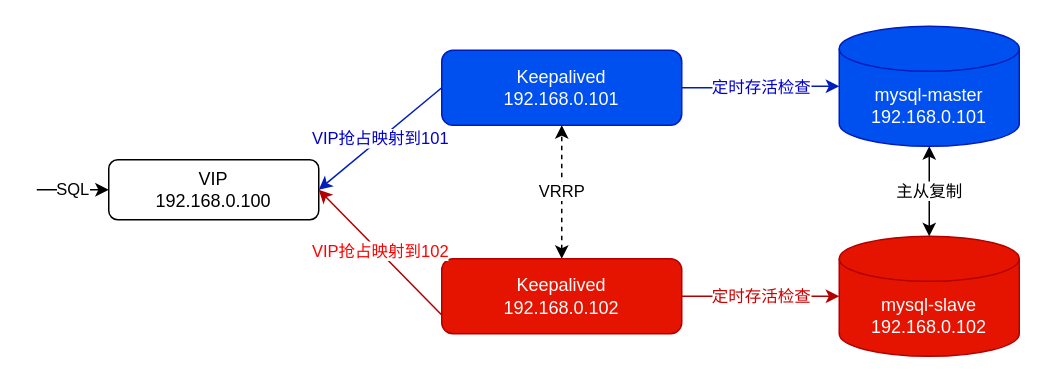
The draw.io diagram mysql-keepalived.drawio in linlin8/linlin8.github.io, before the edit. Source tidied: cells renumbered, new cells numbered last; positions are measured from the earlier drawing's top-left corner, leaving out a move shared by most shapes. Both pictures are drawn from the tidied source at 150%, with x=0, y=0 at pixel (36, 26).
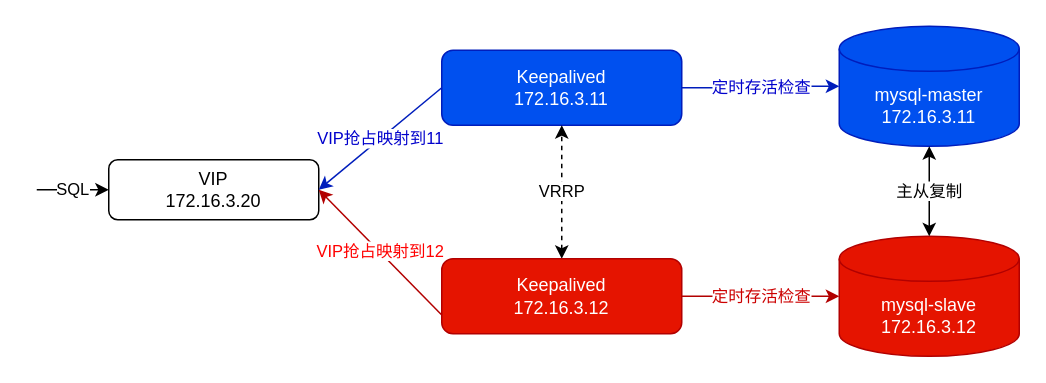
The same diagram, later.

What changed in the source:
```diff
@@
 <mxGraphModel>
   <root>
     <mxCell id="0" />
     <mxCell id="1" parent="0" />
-    <mxCell id="2" value="mysql-master&lt;br&gt;192.168.0.101" style="shape=cylinder3;whiteSpace=wrap;html=1;boundedLbl=1;backgroundOutline=1;size=15;fillColor=#0050ef;strokeColor=#001DBC;fontColor=#ffffff;" parent="1" vertex="1">
+    <mxCell id="2" value="mysql-master&lt;br&gt;172.16.3.11" style="shape=cylinder3;whiteSpace=wrap;html=1;boundedLbl=1;backgroundOutline=1;size=15;fillColor=#0050ef;strokeColor=#001DBC;fontColor=#ffffff;" parent="1" vertex="1">
       <mxGeometry x="535" width="120" height="80" as="geometry" />
     </mxCell>
-    <mxCell id="3" value="mysql-slave&lt;br&gt;192.168.0.102" style="shape=cylinder3;whiteSpace=wrap;html=1;boundedLbl=1;backgroundOutline=1;size=15;fillColor=#e51400;strokeColor=#B20000;fontColor=#ffffff;" parent="1" vertex="1">
+    <mxCell id="3" value="mysql-slave&lt;br&gt;172.16.3.12" style="shape=cylinder3;whiteSpace=wrap;html=1;boundedLbl=1;backgroundOutline=1;size=15;fillColor=#e51400;strokeColor=#B20000;fontColor=#ffffff;" parent="1" vertex="1">
       <mxGeometry x="535" y="140" width="120" height="80" as="geometry" />
     </mxCell>
     <mxCell id="4" value="定时存活检查" style="edgeStyle=orthogonalEdgeStyle;rounded=0;jettySize=auto;html=1;exitX=1;exitY=0.5;exitDx=0;exitDy=0;entryX=0;entryY=0.5;entryDx=0;entryDy=0;entryPerimeter=0;fillColor=#0050ef;strokeColor=#001DBC;fontColor=#0000CC;" parent="1" edge="1" source="5" target="2">
       <mxGeometry relative="1" as="geometry" />
     </mxCell>
-    <mxCell id="5" value="Keepalived&lt;br&gt;192.168.0.101" style="rounded=1;whiteSpace=wrap;html=1;fillColor=#0050ef;strokeColor=#001DBC;fontColor=#ffffff;" parent="1" vertex="1">
+    <mxCell id="5" value="Keepalived&lt;br&gt;172.16.3.11" style="rounded=1;whiteSpace=wrap;html=1;fillColor=#0050ef;strokeColor=#001DBC;fontColor=#ffffff;" parent="1" vertex="1">
       <mxGeometry x="270" y="16" width="160" height="50" as="geometry" />
     </mxCell>
     <mxCell id="6" value="定时存活检查" style="edgeStyle=orthogonalEdgeStyle;rounded=0;jettySize=auto;html=1;exitX=1;exitY=0.5;exitDx=0;exitDy=0;entryX=0;entryY=0.5;entryDx=0;entryDy=0;entryPerimeter=0;fillColor=#e51400;strokeColor=#B20000;fontColor=#CC0000;" parent="1" edge="1" source="8" target="3">
       <mxGeometry relative="1" as="geometry" />
     </mxCell>
     <mxCell id="7" value="VRRP" style="edgeStyle=orthogonalEdgeStyle;rounded=0;jettySize=auto;html=1;startArrow=classic;startFill=1;dashed=1;" parent="1" edge="1" source="8" target="5">
       <mxGeometry relative="1" as="geometry" />
     </mxCell>
-    <mxCell id="8" value="Keepalived&lt;br&gt;192.168.0.102" style="rounded=1;whiteSpace=wrap;html=1;fillColor=#e51400;strokeColor=#B20000;fontColor=#ffffff;" parent="1" vertex="1">
+    <mxCell id="8" value="Keepalived&lt;br&gt;172.16.3.12" style="rounded=1;whiteSpace=wrap;html=1;fillColor=#e51400;strokeColor=#B20000;fontColor=#ffffff;" parent="1" vertex="1">
       <mxGeometry x="270" y="155" width="160" height="50" as="geometry" />
     </mxCell>
     <mxCell id="9" value="主从复制" style="endArrow=classic;startArrow=classic;html=1;entryX=0.5;entryY=1;entryDx=0;entryDy=0;entryPerimeter=0;exitX=0.5;exitY=0;exitDx=0;exitDy=0;exitPerimeter=0;rounded=1;" parent="1" edge="1" source="3" target="2">
       <mxGeometry relative="1" as="geometry" />
     </mxCell>
-    <mxCell id="10" value="VIP&lt;br&gt;192.168.0.100" style="rounded=1;whiteSpace=wrap;html=1;" parent="1" vertex="1">
+    <mxCell id="10" value="VIP&lt;br&gt;172.16.3.20" style="rounded=1;whiteSpace=wrap;html=1;" parent="1" vertex="1">
       <mxGeometry x="48" y="89" width="140" height="40" as="geometry" />
     </mxCell>
-    <mxCell id="11" value="VIP抢占映射到102" style="endArrow=classic;html=1;exitX=0;exitY=0.75;exitDx=0;exitDy=0;entryX=1;entryY=0.5;entryDx=0;entryDy=0;fillColor=#e51400;strokeColor=#B20000;fontColor=#FF0000;" parent="1" edge="1" source="8" target="10">
+    <mxCell id="11" value="VIP抢占映射到12" style="endArrow=classic;html=1;exitX=0;exitY=0.75;exitDx=0;exitDy=0;entryX=1;entryY=0.5;entryDx=0;entryDy=0;fillColor=#e51400;strokeColor=#B20000;fontColor=#FF0000;" parent="1" edge="1" source="8" target="10">
       <mxGeometry relative="1" as="geometry" />
     </mxCell>
-    <mxCell id="12" value="VIP抢占映射到101" style="endArrow=classic;html=1;exitX=0;exitY=0.5;exitDx=0;exitDy=0;entryX=1;entryY=0.5;entryDx=0;entryDy=0;fillColor=#0050ef;strokeColor=#001DBC;fontColor=#0000CC;" parent="1" edge="1" source="5" target="10">
+    <mxCell id="12" value="VIP抢占映射到11" style="endArrow=classic;html=1;exitX=0;exitY=0.5;exitDx=0;exitDy=0;entryX=1;entryY=0.5;entryDx=0;entryDy=0;fillColor=#0050ef;strokeColor=#001DBC;fontColor=#0000CC;" parent="1" edge="1" source="5" target="10">
       <mxGeometry relative="1" as="geometry" />
     </mxCell>
     <mxCell id="13" value="SQL" style="endArrow=classic;html=1;entryX=0;entryY=0.5;entryDx=0;entryDy=0;" parent="1" edge="1">
       <mxGeometry relative="1" as="geometry">
         <mxPoint y="109" as="sourcePoint" />
         <mxPoint x="48" y="109" as="targetPoint" />
       </mxGeometry>
     </mxCell>
   </root>
 </mxGraphModel>
```
